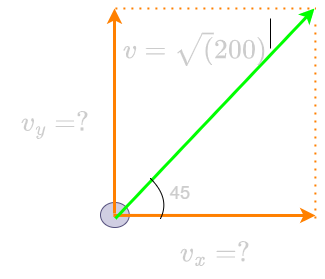
Earlier version of the draw.io export image/速度2.png (npo-clack/pygame). Source tidied: cells renumbered, new cells last; positions are measured from the earlier drawing's top-left corner, leaving out a move shared by most shapes.
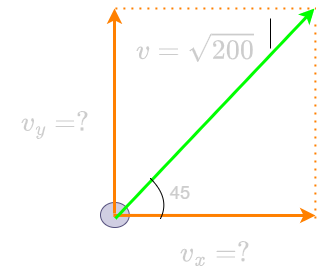
The same file after the commit.

The edit, as a diff of the source:
```diff
@@ -53,7 +53,7 @@
     <mxCell id="11" value="\(v_x=?\)" style="text;html=1;align=center;verticalAlign=middle;whiteSpace=wrap;rounded=0;fontSize=24;fontColor=#CCCCCC;" parent="1" vertex="1">
       <mxGeometry x="160" y="219" width="110" height="51" as="geometry" />
     </mxCell>
-    <mxCell id="12" value="\(v=\sqrt(200)\)" style="text;html=1;align=center;verticalAlign=middle;whiteSpace=wrap;rounded=0;fontSize=24;fontColor=#CCCCCC;" parent="1" vertex="1">
+    <mxCell id="12" value="\(v=\sqrt{200}\)" style="text;html=1;align=center;verticalAlign=middle;whiteSpace=wrap;rounded=0;fontSize=24;fontColor=#CCCCCC;" parent="1" vertex="1">
       <mxGeometry x="120" y="10" width="150" height="60" as="geometry" />
     </mxCell>
     <mxCell id="13" style="edgeStyle=none;curved=1;html=1;exitX=1;exitY=0.5;exitDx=0;exitDy=0;entryX=1;entryY=0;entryDx=0;entryDy=0;endArrow=none;endFill=0;" parent="1" edge="1" source="12" target="12">
```
